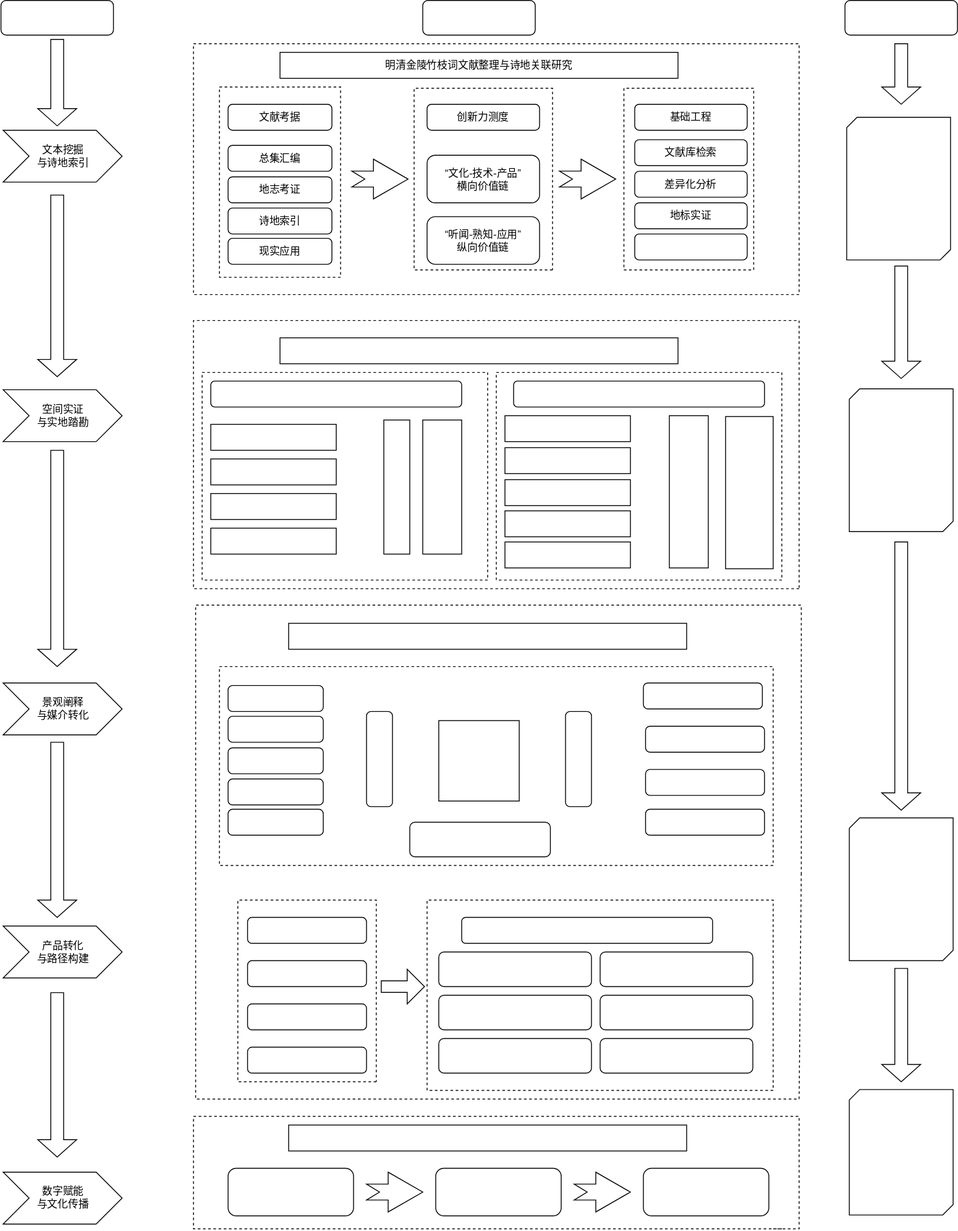
Earlier version of the draw.io export 1.drawio.svg (shuxilin06/ToMyLife2.0). Source tidied: cells renumbered, new cells last; positions are measured from the earlier drawing's top-left corner, leaving out a move shared by most shapes.
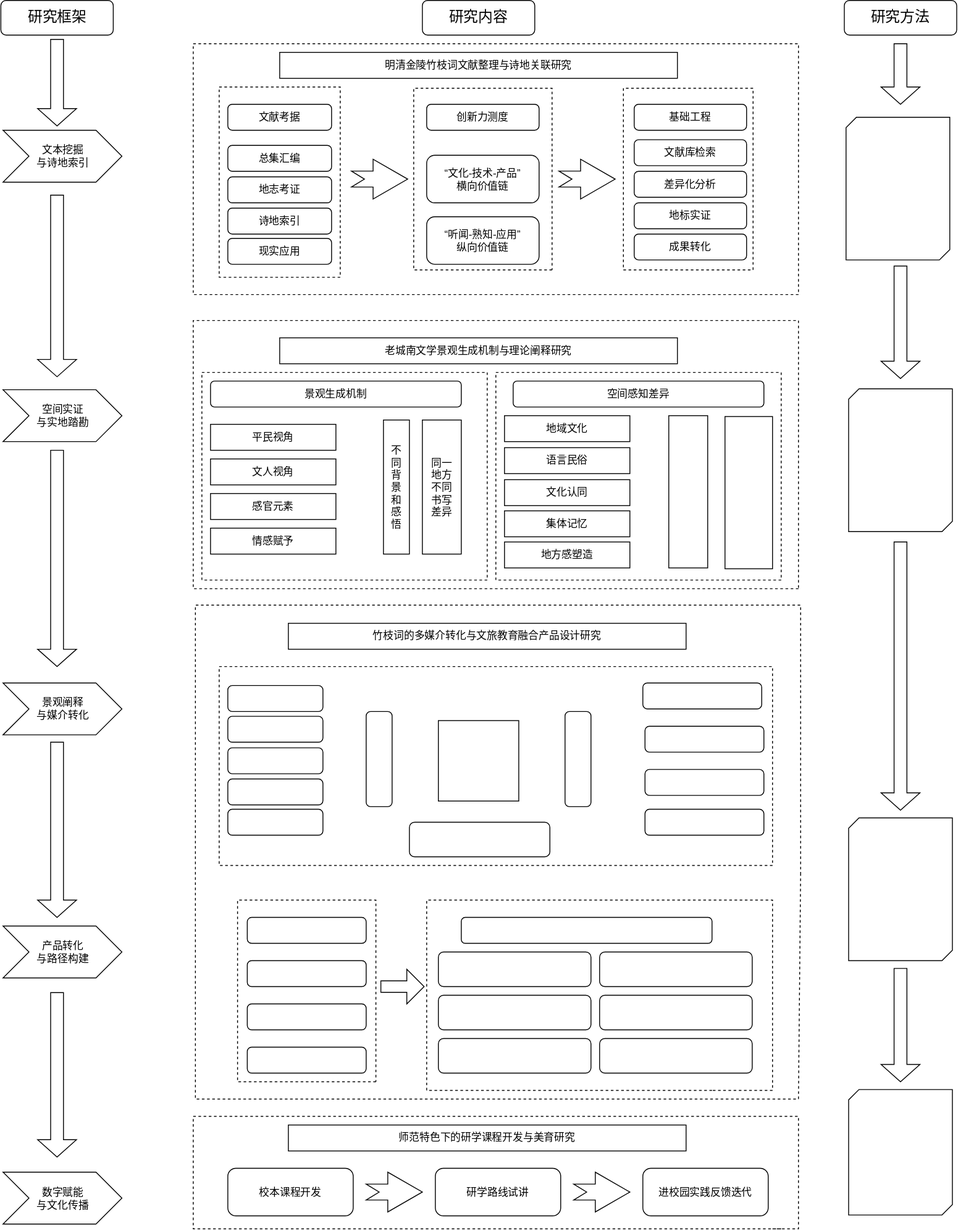
The same diagram one commit later.

Change to the diagram source:
```diff
@@ -2,13 +2,13 @@
   <root>
     <mxCell id="0" />
     <mxCell id="1" parent="0" />
-    <mxCell id="2" style="rounded=1;whiteSpace=wrap;html=1;roundedPerimeter=1;" parent="1" vertex="1">
+    <mxCell id="2" value="&lt;font style=&quot;font-size: 17px;&quot;&gt;研究框架&lt;/font&gt;" style="rounded=1;whiteSpace=wrap;html=1;roundedPerimeter=1;" parent="1" vertex="1">
       <mxGeometry x="-0.5" width="130" height="40" as="geometry" />
     </mxCell>
-    <mxCell id="3" style="rounded=1;whiteSpace=wrap;html=1;roundedPerimeter=1;" parent="1" vertex="1">
+    <mxCell id="3" value="&lt;font style=&quot;font-size: 17px;&quot;&gt;研究内容&lt;/font&gt;" style="rounded=1;whiteSpace=wrap;html=1;roundedPerimeter=1;" parent="1" vertex="1">
       <mxGeometry x="487" width="130" height="40" as="geometry" />
     </mxCell>
-    <mxCell id="4" style="rounded=1;whiteSpace=wrap;html=1;roundedPerimeter=1;" parent="1" vertex="1">
+    <mxCell id="4" value="&lt;font style=&quot;font-size: 17px;&quot;&gt;研究方法&lt;/font&gt;" style="rounded=1;whiteSpace=wrap;html=1;roundedPerimeter=1;" parent="1" vertex="1">
       <mxGeometry x="975" width="130" height="40" as="geometry" />
     </mxCell>
     <mxCell id="5" value="明清金陵竹枝词文献整理与诗地关联研究" style="rounded=0;whiteSpace=wrap;html=1;" parent="1" vertex="1">
@@ -44,7 +44,7 @@
     <mxCell id="14" value="差异化分析" style="rounded=1;whiteSpace=wrap;html=1;roundedPerimeter=1;arcSize=17;direction=west;" parent="1" vertex="1">
       <mxGeometry x="732" y="197.5" width="130" height="30" as="geometry" />
     </mxCell>
-    <mxCell id="15" style="rounded=1;whiteSpace=wrap;html=1;roundedPerimeter=1;arcSize=17;direction=west;" parent="1" vertex="1">
+    <mxCell id="15" value="成果转化" style="rounded=1;whiteSpace=wrap;html=1;roundedPerimeter=1;arcSize=17;direction=west;" parent="1" vertex="1">
       <mxGeometry x="732" y="270" width="130" height="30" as="geometry" />
     </mxCell>
     <mxCell id="16" value="“听闻-熟知-应用”&lt;div&gt;纵向价值链&lt;/div&gt;" style="rounded=1;whiteSpace=wrap;html=1;roundedPerimeter=1;arcSize=17;direction=west;" parent="1" vertex="1">
@@ -56,46 +56,46 @@
     <mxCell id="18" value="现实应用" style="rounded=1;whiteSpace=wrap;html=1;roundedPerimeter=1;arcSize=17;direction=west;" parent="1" vertex="1">
       <mxGeometry x="262" y="275" width="120" height="30" as="geometry" />
     </mxCell>
-    <mxCell id="19" style="rounded=0;whiteSpace=wrap;html=1;" parent="1" vertex="1">
+    <mxCell id="19" value="老城南文学景观生成机制与理论阐释研究" style="rounded=0;whiteSpace=wrap;html=1;" parent="1" vertex="1">
       <mxGeometry x="322" y="390" width="460" height="30" as="geometry" />
     </mxCell>
-    <mxCell id="20" style="rounded=1;whiteSpace=wrap;html=1;roundedPerimeter=1;" parent="1" vertex="1">
+    <mxCell id="20" value="景观生成机制" style="rounded=1;whiteSpace=wrap;html=1;roundedPerimeter=1;" parent="1" vertex="1">
       <mxGeometry x="242" y="440" width="290" height="30" as="geometry" />
     </mxCell>
-    <mxCell id="21" style="rounded=1;whiteSpace=wrap;html=1;roundedPerimeter=1;" parent="1" vertex="1">
+    <mxCell id="21" value="空间感知差异" style="rounded=1;whiteSpace=wrap;html=1;roundedPerimeter=1;" parent="1" vertex="1">
       <mxGeometry x="592" y="440" width="290" height="30" as="geometry" />
     </mxCell>
-    <mxCell id="22" style="rounded=0;whiteSpace=wrap;html=1;" parent="1" vertex="1">
+    <mxCell id="22" value="平民视角" style="rounded=0;whiteSpace=wrap;html=1;" parent="1" vertex="1">
       <mxGeometry x="242" y="490" width="145" height="30" as="geometry" />
     </mxCell>
-    <mxCell id="23" style="rounded=0;whiteSpace=wrap;html=1;" parent="1" vertex="1">
+    <mxCell id="23" value="文人视角" style="rounded=0;whiteSpace=wrap;html=1;" parent="1" vertex="1">
       <mxGeometry x="242" y="530" width="145" height="30" as="geometry" />
     </mxCell>
-    <mxCell id="24" style="rounded=0;whiteSpace=wrap;html=1;" parent="1" vertex="1">
+    <mxCell id="24" value="感官元素" style="rounded=0;whiteSpace=wrap;html=1;" parent="1" vertex="1">
       <mxGeometry x="242" y="570" width="145" height="30" as="geometry" />
     </mxCell>
-    <mxCell id="25" style="rounded=0;whiteSpace=wrap;html=1;" parent="1" vertex="1">
+    <mxCell id="25" value="情感赋予" style="rounded=0;whiteSpace=wrap;html=1;" parent="1" vertex="1">
       <mxGeometry x="242" y="610" width="145" height="30" as="geometry" />
     </mxCell>
-    <mxCell id="26" style="rounded=0;whiteSpace=wrap;html=1;direction=south;" parent="1" vertex="1">
+    <mxCell id="26" value="不&lt;div&gt;同&lt;/div&gt;&lt;div&gt;背&lt;/div&gt;&lt;div&gt;景&lt;/div&gt;&lt;div&gt;和&lt;/div&gt;&lt;div&gt;感&lt;/div&gt;&lt;div&gt;悟&lt;/div&gt;" style="rounded=0;whiteSpace=wrap;html=1;direction=south;" parent="1" vertex="1">
       <mxGeometry x="442" y="485" width="30" height="155" as="geometry" />
     </mxCell>
-    <mxCell id="27" style="rounded=0;whiteSpace=wrap;html=1;direction=south;" parent="1" vertex="1">
+    <mxCell id="27" value="同一&lt;div&gt;地方&lt;/div&gt;&lt;div&gt;不同&lt;/div&gt;&lt;div&gt;书写&lt;/div&gt;&lt;div&gt;差异&lt;/div&gt;" style="rounded=0;whiteSpace=wrap;html=1;direction=south;" parent="1" vertex="1">
       <mxGeometry x="487" y="485" width="45" height="155" as="geometry" />
     </mxCell>
-    <mxCell id="28" style="rounded=0;whiteSpace=wrap;html=1;" parent="1" vertex="1">
+    <mxCell id="28" value="地域文化" style="rounded=0;whiteSpace=wrap;html=1;" parent="1" vertex="1">
       <mxGeometry x="582" y="480" width="145" height="30" as="geometry" />
     </mxCell>
-    <mxCell id="29" style="rounded=0;whiteSpace=wrap;html=1;" parent="1" vertex="1">
+    <mxCell id="29" value="语言民俗" style="rounded=0;whiteSpace=wrap;html=1;" parent="1" vertex="1">
       <mxGeometry x="582" y="517" width="145" height="30" as="geometry" />
     </mxCell>
-    <mxCell id="30" style="rounded=0;whiteSpace=wrap;html=1;" parent="1" vertex="1">
+    <mxCell id="30" value="文化认同" style="rounded=0;whiteSpace=wrap;html=1;" parent="1" vertex="1">
       <mxGeometry x="582" y="554" width="145" height="30" as="geometry" />
     </mxCell>
-    <mxCell id="31" style="rounded=0;whiteSpace=wrap;html=1;" parent="1" vertex="1">
+    <mxCell id="31" value="集体记忆" style="rounded=0;whiteSpace=wrap;html=1;" parent="1" vertex="1">
       <mxGeometry x="582" y="590" width="145" height="30" as="geometry" />
     </mxCell>
-    <mxCell id="32" style="rounded=0;whiteSpace=wrap;html=1;" parent="1" vertex="1">
+    <mxCell id="32" value="地方感塑造" style="rounded=0;whiteSpace=wrap;html=1;" parent="1" vertex="1">
       <mxGeometry x="582" y="626" width="145" height="30" as="geometry" />
     </mxCell>
     <mxCell id="33" style="rounded=0;whiteSpace=wrap;html=1;direction=south;" parent="1" vertex="1">
@@ -104,7 +104,7 @@
     <mxCell id="34" style="rounded=0;whiteSpace=wrap;html=1;direction=south;" parent="1" vertex="1">
       <mxGeometry x="837" y="481" width="55" height="176" as="geometry" />
     </mxCell>
-    <mxCell id="35" style="rounded=0;whiteSpace=wrap;html=1;" parent="1" vertex="1">
+    <mxCell id="35" value="竹枝词的多媒介转化与文旅教育融合产品设计研究" style="rounded=0;whiteSpace=wrap;html=1;" parent="1" vertex="1">
       <mxGeometry x="332" y="720" width="460" height="30" as="geometry" />
     </mxCell>
     <mxCell id="36" style="rounded=1;whiteSpace=wrap;html=1;roundedPerimeter=1;arcSize=17;direction=west;" parent="1" vertex="1">
@@ -179,16 +179,16 @@
     <mxCell id="59" style="rounded=1;whiteSpace=wrap;html=1;roundedPerimeter=1;" parent="1" vertex="1">
       <mxGeometry x="532" y="1060" width="290" height="30" as="geometry" />
     </mxCell>
-    <mxCell id="60" style="rounded=0;whiteSpace=wrap;html=1;" parent="1" vertex="1">
+    <mxCell id="60" value="师范特色下的研学课程开发与美育研究" style="rounded=0;whiteSpace=wrap;html=1;" parent="1" vertex="1">
       <mxGeometry x="332" y="1300" width="460" height="30" as="geometry" />
     </mxCell>
-    <mxCell id="61" style="rounded=1;whiteSpace=wrap;html=1;roundedPerimeter=1;arcSize=17;direction=west;" parent="1" vertex="1">
+    <mxCell id="61" value="校本课程开发" style="rounded=1;whiteSpace=wrap;html=1;roundedPerimeter=1;arcSize=17;direction=west;" parent="1" vertex="1">
       <mxGeometry x="262" y="1350" width="145" height="55" as="geometry" />
     </mxCell>
-    <mxCell id="62" style="rounded=1;whiteSpace=wrap;html=1;roundedPerimeter=1;arcSize=17;direction=west;" parent="1" vertex="1">
+    <mxCell id="62" value="研学路线试讲" style="rounded=1;whiteSpace=wrap;html=1;roundedPerimeter=1;arcSize=17;direction=west;" parent="1" vertex="1">
       <mxGeometry x="502" y="1350" width="145" height="55" as="geometry" />
     </mxCell>
-    <mxCell id="63" style="rounded=1;whiteSpace=wrap;html=1;roundedPerimeter=1;arcSize=17;direction=west;" parent="1" vertex="1">
+    <mxCell id="63" value="进校园实践反馈迭代" style="rounded=1;whiteSpace=wrap;html=1;roundedPerimeter=1;arcSize=17;direction=west;" parent="1" vertex="1">
       <mxGeometry x="742" y="1350" width="145" height="55" as="geometry" />
     </mxCell>
     <mxCell id="64" value="文本挖掘&lt;div&gt;与诗地索引&lt;/div&gt;" style="html=1;shadow=0;dashed=0;align=center;verticalAlign=middle;shape=mxgraph.arrows2.arrow;dy=0;dx=30;notch=30;" parent="1" vertex="1">
```
